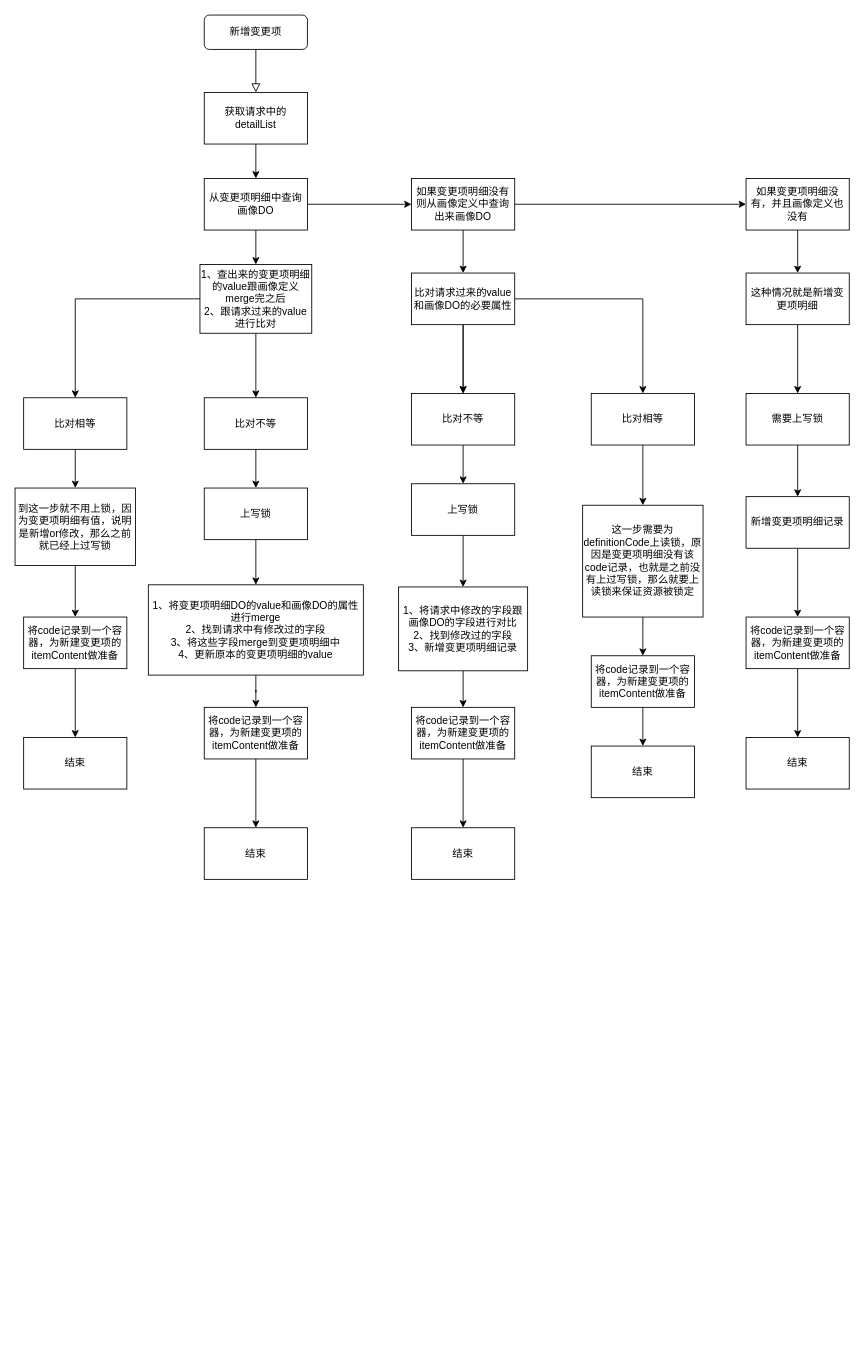
Above: page "新增画像变更流程图" (1 of 2) of Untitled Diagram.drawio in JJazin/abc (draw.io), before the change. Source tidied: cells renumbered, new cells numbered last; positions are measured from the earlier drawing's top-left corner, leaving out a move shared by most shapes. Both pictures are drawn from the tidied source at 86%, with x=0, y=0 at pixel (15, 15).
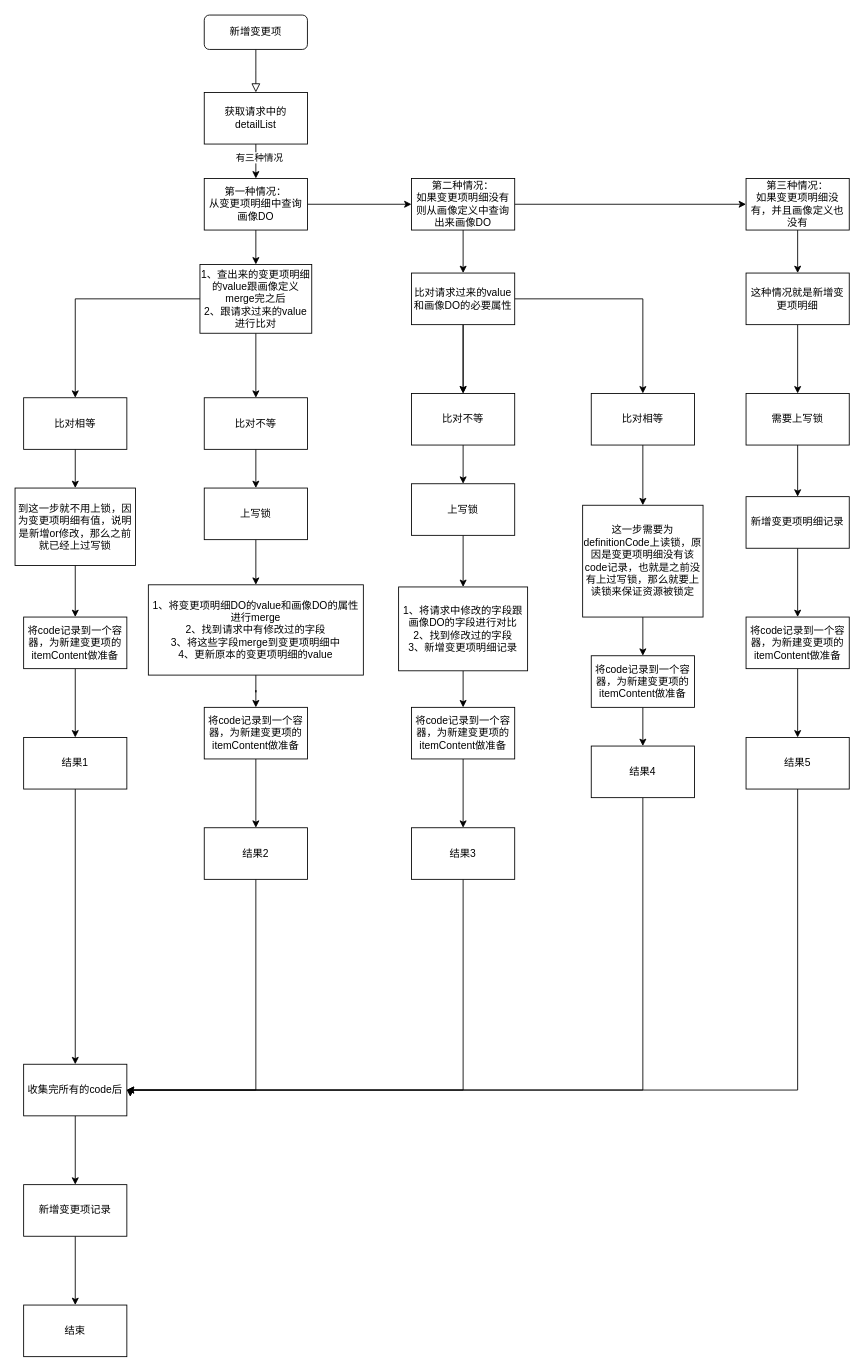
The same diagram, later.

Unchanged cells that the change refers to:
```xml
<mxCell id="4" style="edgeStyle=orthogonalEdgeStyle;rounded=0;jettySize=auto;html=1;" parent="1" edge="1" source="5" target="8">
  <mxGeometry relative="1" as="geometry" />
</mxCell>
```

Diff of the diagram source:
```diff
@@
+    <mxCell id="62" value="有三种情况" style="edgeLabel;html=1;align=center;verticalAlign=middle;" parent="4" vertex="1">
+      <mxGeometry x="-0.25" y="3" relative="1" as="geometry" />
+    </mxCell>
@@
-    <mxCell id="8" value="从变更项明细中查询画像DO" style="whiteSpace=wrap;html=1;rounded=0;" parent="1" vertex="1">
+    <mxCell id="8" value="第一种情况：&lt;br&gt;从变更项明细中查询画像DO" style="whiteSpace=wrap;html=1;rounded=0;" parent="1" vertex="1">
       <mxGeometry x="220" y="190" width="120" height="60" as="geometry" />
     </mxCell>
@@
-    <mxCell id="11" value="如果变更项明细没有则从画像定义中查询出来画像DO" style="whiteSpace=wrap;html=1;rounded=0;" parent="1" vertex="1">
+    <mxCell id="11" value="第二种情况：&lt;br&gt;如果变更项明细没有则从画像定义中查询出来画像DO" style="whiteSpace=wrap;html=1;rounded=0;" parent="1" vertex="1">
       <mxGeometry x="461" y="190" width="120" height="60" as="geometry" />
     </mxCell>
@@
-    <mxCell id="20" value="如果变更项明细没有，并且画像定义也没有" style="whiteSpace=wrap;html=1;rounded=0;" parent="1" vertex="1">
+    <mxCell id="20" value="第三种情况：&lt;br&gt;如果变更项明细没有，并且画像定义也没有" style="whiteSpace=wrap;html=1;rounded=0;" parent="1" vertex="1">
       <mxGeometry x="850" y="190" width="120" height="60" as="geometry" />
     </mxCell>
@@
+    <mxCell id="63" style="edgeStyle=orthogonalEdgeStyle;rounded=0;jettySize=auto;html=1;" parent="1" edge="1" source="39" target="69">
+      <mxGeometry relative="1" as="geometry" />
+    </mxCell>
-    <mxCell id="39" value="结束" style="whiteSpace=wrap;html=1;rounded=0;" parent="1" vertex="1">
+    <mxCell id="39" value="结果1" style="whiteSpace=wrap;html=1;rounded=0;" parent="1" vertex="1">
       <mxGeometry x="10" y="840" width="120" height="60" as="geometry" />
     </mxCell>
@@
+    <mxCell id="64" style="edgeStyle=orthogonalEdgeStyle;rounded=0;jettySize=auto;html=1;exitX=0.5;exitY=1;exitDx=0;exitDy=0;entryX=1;entryY=0.5;entryDx=0;entryDy=0;" parent="1" edge="1" source="46" target="69">
+      <mxGeometry relative="1" as="geometry" />
+    </mxCell>
-    <mxCell id="46" value="结束" style="whiteSpace=wrap;html=1;rounded=0;" parent="1" vertex="1">
+    <mxCell id="46" value="结果2" style="whiteSpace=wrap;html=1;rounded=0;" parent="1" vertex="1">
       <mxGeometry x="220" y="945" width="120" height="60" as="geometry" />
     </mxCell>
@@
+    <mxCell id="65" style="edgeStyle=orthogonalEdgeStyle;rounded=0;jettySize=auto;html=1;entryX=1;entryY=0.5;entryDx=0;entryDy=0;" parent="1" edge="1" source="49" target="69">
+      <mxGeometry relative="1" as="geometry">
+        <Array as="points">
+          <mxPoint x="730" y="1250" />
+        </Array>
+      </mxGeometry>
+    </mxCell>
-    <mxCell id="49" value="结束" style="whiteSpace=wrap;html=1;rounded=0;" parent="1" vertex="1">
+    <mxCell id="49" value="结果4" style="whiteSpace=wrap;html=1;rounded=0;" parent="1" vertex="1">
       <mxGeometry x="670" y="850" width="120" height="60" as="geometry" />
     </mxCell>
@@
+    <mxCell id="66" style="edgeStyle=orthogonalEdgeStyle;rounded=0;jettySize=auto;html=1;" parent="1" edge="1" source="56">
+      <mxGeometry relative="1" as="geometry">
+        <mxPoint x="130" y="1250" as="targetPoint" />
+        <Array as="points">
+          <mxPoint x="521" y="1250" />
+        </Array>
+      </mxGeometry>
+    </mxCell>
-    <mxCell id="56" value="结束" style="whiteSpace=wrap;html=1;rounded=0;" parent="1" vertex="1">
+    <mxCell id="56" value="结果3" style="whiteSpace=wrap;html=1;rounded=0;" parent="1" vertex="1">
       <mxGeometry x="461" y="945" width="120" height="60" as="geometry" />
     </mxCell>
@@
+    <mxCell id="67" style="edgeStyle=orthogonalEdgeStyle;rounded=0;jettySize=auto;html=1;exitX=0.5;exitY=1;exitDx=0;exitDy=0;entryX=1.033;entryY=0.633;entryDx=0;entryDy=0;entryPerimeter=0;" parent="1" edge="1" source="61" target="69">
+      <mxGeometry relative="1" as="geometry">
+        <Array as="points">
+          <mxPoint x="910" y="1250" />
+          <mxPoint x="134" y="1250" />
+        </Array>
+      </mxGeometry>
+    </mxCell>
-    <mxCell id="61" value="结束" style="whiteSpace=wrap;html=1;rounded=0;" parent="1" vertex="1">
+    <mxCell id="61" value="结果5" style="whiteSpace=wrap;html=1;rounded=0;" parent="1" vertex="1">
       <mxGeometry x="850" y="840" width="120" height="60" as="geometry" />
     </mxCell>
+    <mxCell id="68" style="edgeStyle=orthogonalEdgeStyle;rounded=0;jettySize=auto;html=1;" parent="1" edge="1" source="69" target="71">
+      <mxGeometry relative="1" as="geometry" />
+    </mxCell>
+    <mxCell id="69" value="收集完所有的code后" style="whiteSpace=wrap;html=1;rounded=0;" parent="1" vertex="1">
+      <mxGeometry x="10" y="1220" width="120" height="60" as="geometry" />
+    </mxCell>
+    <mxCell id="70" style="edgeStyle=orthogonalEdgeStyle;rounded=0;jettySize=auto;html=1;" parent="1" edge="1" source="71" target="72">
+      <mxGeometry relative="1" as="geometry" />
+    </mxCell>
+    <mxCell id="71" value="新增变更项记录" style="whiteSpace=wrap;html=1;rounded=0;" parent="1" vertex="1">
+      <mxGeometry x="10" y="1360" width="120" height="60" as="geometry" />
+    </mxCell>
+    <mxCell id="72" value="结束" style="whiteSpace=wrap;html=1;rounded=0;" parent="1" vertex="1">
+      <mxGeometry x="10" y="1500" width="120" height="60" as="geometry" />
+    </mxCell>
```
